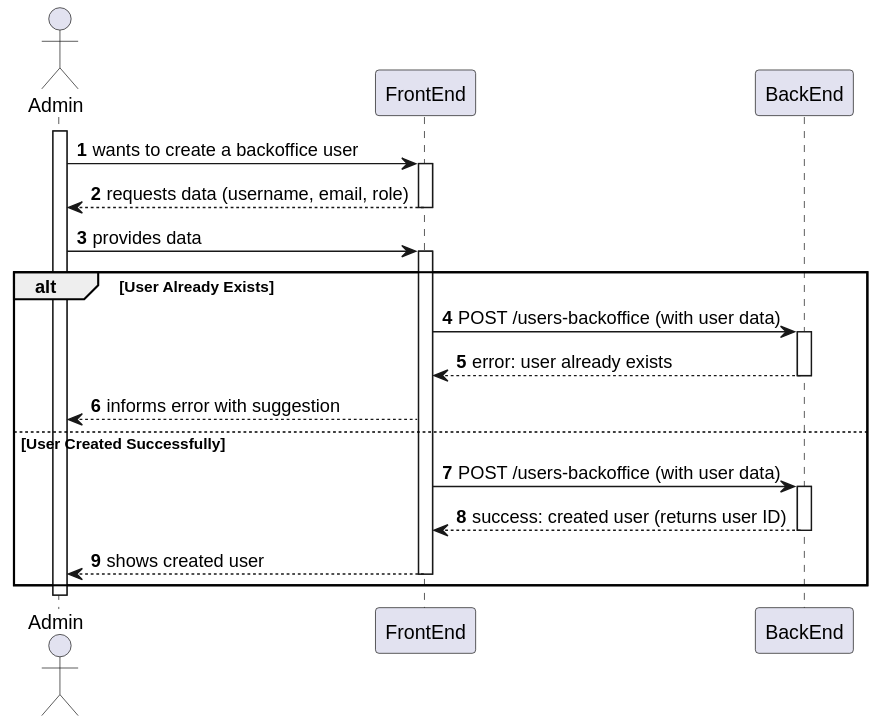
Above: docs/SprintA/1-register-backoffice-users/level2/process-view.svg in MiguelCardoso77/SurgicalSync-BackEnd (PlantUML), before the change.
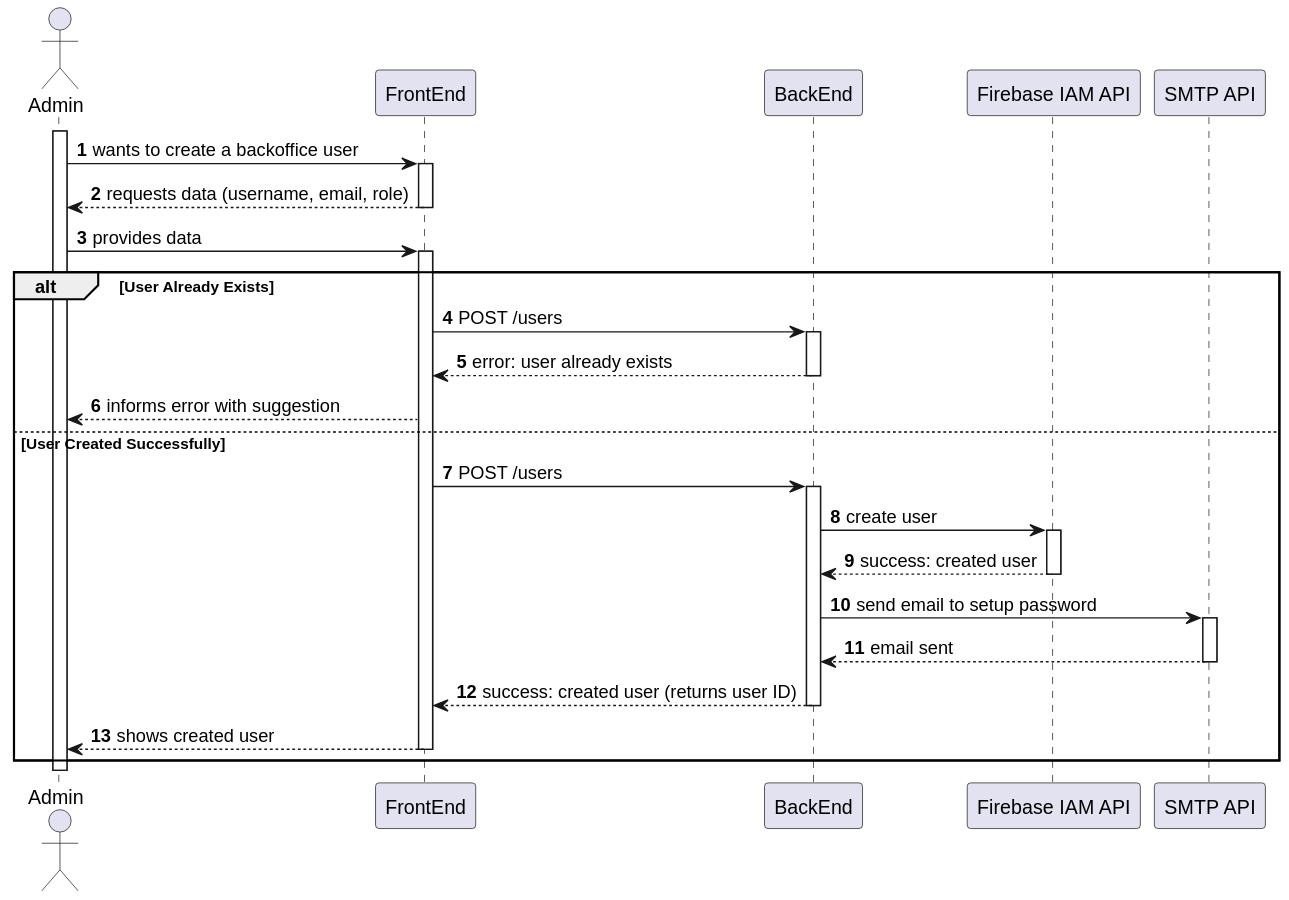
After the commit.

Diff of the diagram source:
```diff
@@ -5,6 +5,8 @@
 
 participant "FrontEnd" as FE
 participant "BackEnd" as BE
+participant "Firebase IAM API" as FIREBASE
+participant "SMTP API" as EMAIL
 
 activate USER
 
@@ -20,7 +22,7 @@
 
             alt User Already Exists
 
-            FE -> BE : POST /users-backoffice (with user data)
+            FE -> BE : POST /users
             activate BE
 
                 BE --> FE : error: user already exists
@@ -29,8 +31,20 @@
 
             else User Created Successfully
 
-            FE -> BE : POST /users-backoffice (with user data)
+            FE -> BE : POST /users
             activate BE
+
+                BE -> FIREBASE : create user
+                activate FIREBASE
+
+                    FIREBASE --> BE : success: created user
+                deactivate FIREBASE
+
+                BE -> EMAIL : send email to setup password
+                activate EMAIL
+
+                    EMAIL --> BE : email sent
+                deactivate EMAIL
 
                 BE --> FE : success: created user (returns user ID)
             deactivate BE
```
